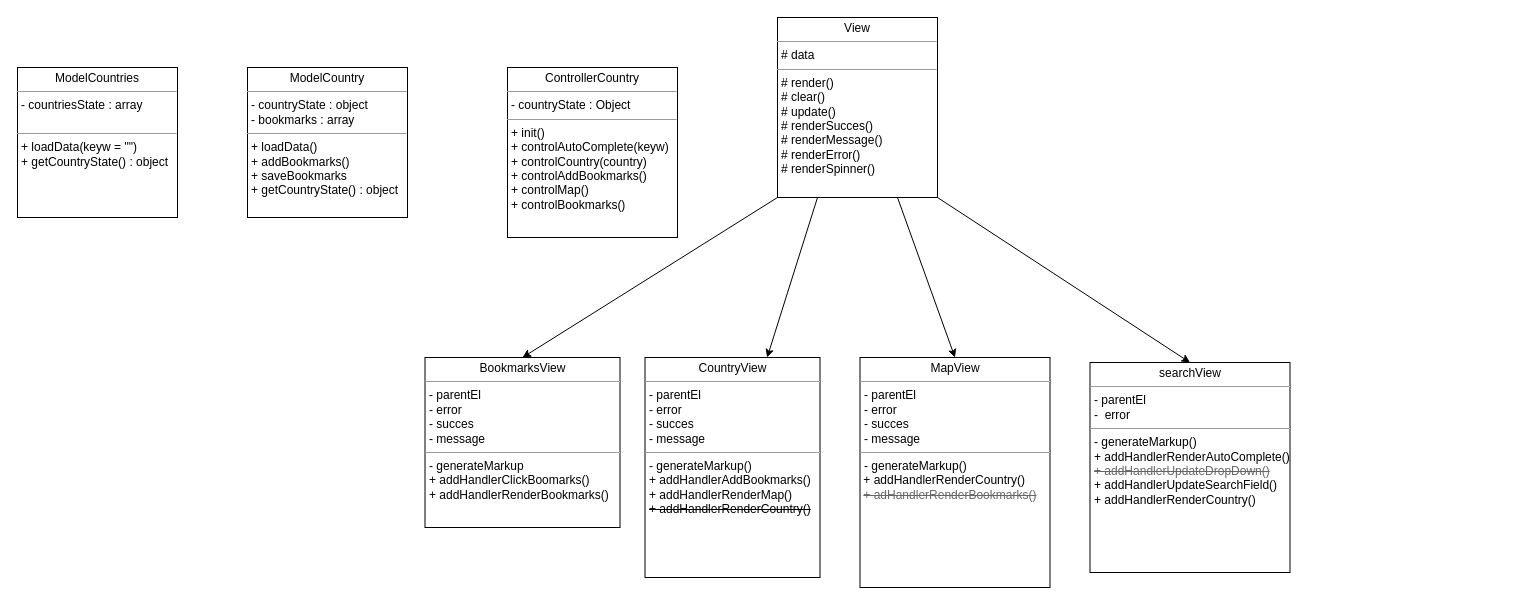
RumasorengFadil/country-dictionary keeps this draw.io diagram as page "Class Diagram v.1.2" (7 of 7) of design/Diagram/Diagram.drawio. Above is the earlier version. Source tidied: cells renumbered, new cells numbered last; positions are measured from the earlier drawing's top-left corner, leaving out a move shared by most shapes. Both pictures are drawn from the tidied source at 100%, with x=0, y=0 at pixel (17, 17).
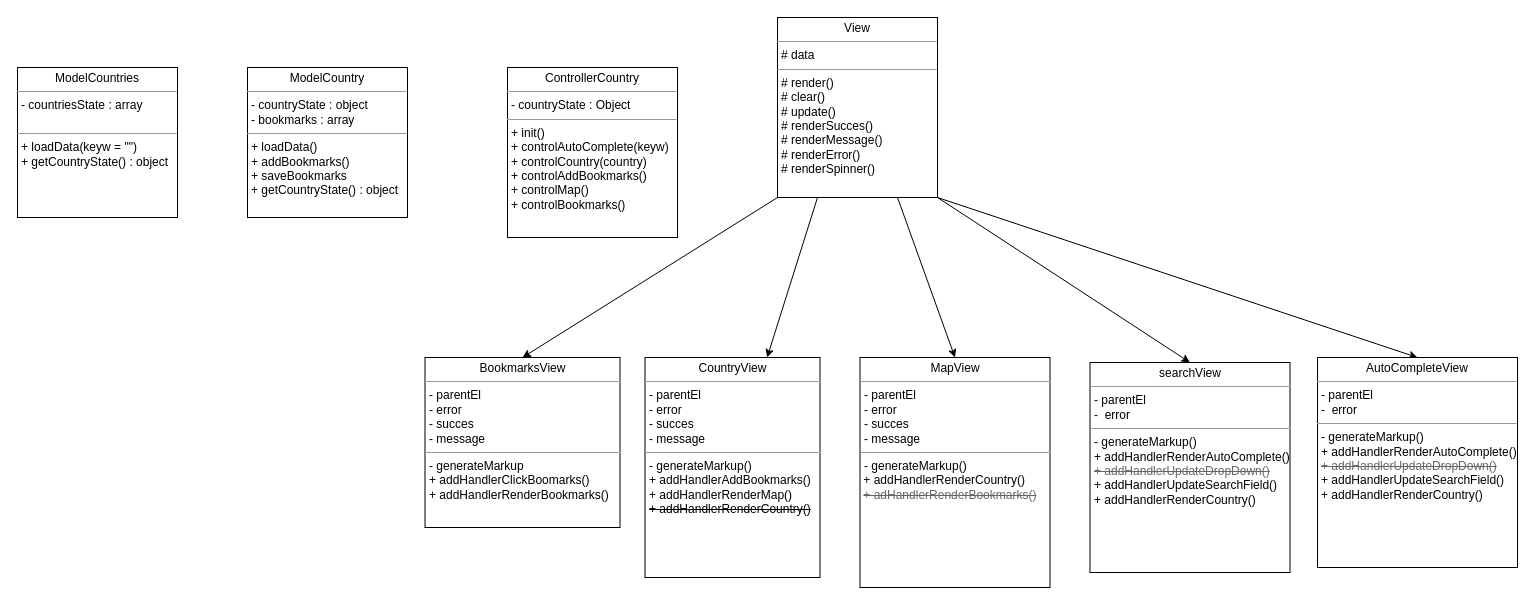
After the change.

What changed in the source:
```diff
@@
 <mxGraphModel>
   <root>
     <mxCell id="0" />
     <mxCell id="1" parent="0" />
     <mxCell id="2" style="rounded=0;jettySize=auto;html=1;exitX=0.75;exitY=1;exitDx=0;exitDy=0;entryX=0.5;entryY=0;entryDx=0;entryDy=0;" parent="1" edge="1" source="6" target="10">
       <mxGeometry relative="1" as="geometry" />
     </mxCell>
     <mxCell id="3" style="rounded=0;jettySize=auto;html=1;exitX=0.25;exitY=1;exitDx=0;exitDy=0;" parent="1" edge="1" source="6" target="7">
       <mxGeometry relative="1" as="geometry" />
     </mxCell>
     <mxCell id="4" style="edgeStyle=none;rounded=0;jettySize=auto;html=1;exitX=0;exitY=1;exitDx=0;exitDy=0;entryX=0.5;entryY=0;entryDx=0;entryDy=0;" parent="1" edge="1" source="6" target="8">
       <mxGeometry relative="1" as="geometry" />
     </mxCell>
     <mxCell id="5" style="edgeStyle=none;rounded=0;jettySize=auto;html=1;exitX=1;exitY=1;exitDx=0;exitDy=0;entryX=0.5;entryY=0;entryDx=0;entryDy=0;" parent="1" edge="1" source="6" target="13">
       <mxGeometry relative="1" as="geometry" />
     </mxCell>
+    <mxCell id="14" style="rounded=0;jettySize=auto;html=1;exitX=1;exitY=1;exitDx=0;exitDy=0;entryX=0.5;entryY=0;entryDx=0;entryDy=0;" parent="1" edge="1" source="6" target="15">
+      <mxGeometry relative="1" as="geometry" />
+    </mxCell>
     <mxCell id="6" value="&lt;p style=&quot;margin:0px;margin-top:4px;text-align:center;&quot;&gt;View&lt;br&gt;&lt;/p&gt;&lt;hr size=&quot;1&quot;&gt;&lt;p style=&quot;margin:0px;margin-left:4px;&quot;&gt;&lt;span style=&quot;background-color: initial;&quot;&gt;# data&lt;/span&gt;&lt;br&gt;&lt;/p&gt;&lt;hr size=&quot;1&quot;&gt;&lt;p style=&quot;margin:0px;margin-left:4px;&quot;&gt;# render()&lt;/p&gt;&lt;p style=&quot;margin:0px;margin-left:4px;&quot;&gt;# clear()&lt;/p&gt;&lt;p style=&quot;margin:0px;margin-left:4px;&quot;&gt;# update()&lt;/p&gt;&lt;p style=&quot;margin:0px;margin-left:4px;&quot;&gt;# renderSucces()&lt;/p&gt;&lt;p style=&quot;margin:0px;margin-left:4px;&quot;&gt;# renderMessage()&lt;/p&gt;&lt;p style=&quot;margin:0px;margin-left:4px;&quot;&gt;# renderError()&lt;/p&gt;&lt;p style=&quot;margin:0px;margin-left:4px;&quot;&gt;# renderSpinner()&lt;/p&gt;" style="verticalAlign=top;align=left;overflow=fill;fontSize=12;fontFamily=Helvetica;html=1;" parent="1" vertex="1">
       <mxGeometry x="760" width="160" height="180" as="geometry" />
     </mxCell>
     <mxCell id="7" value="&lt;p style=&quot;margin:0px;margin-top:4px;text-align:center;&quot;&gt;CountryView&lt;br&gt;&lt;/p&gt;&lt;hr size=&quot;1&quot;&gt;&lt;p style=&quot;border-color: var(--border-color); margin: 0px 0px 0px 4px;&quot;&gt;- parentEl&lt;/p&gt;&lt;p style=&quot;border-color: var(--border-color); margin: 0px 0px 0px 4px;&quot;&gt;- error&lt;/p&gt;&lt;p style=&quot;border-color: var(--border-color); margin: 0px 0px 0px 4px;&quot;&gt;- succes&lt;/p&gt;&lt;p style=&quot;border-color: var(--border-color); margin: 0px 0px 0px 4px;&quot;&gt;- message&lt;/p&gt;&lt;hr size=&quot;1&quot;&gt;&lt;p style=&quot;border-color: var(--border-color); margin: 0px 0px 0px 4px;&quot;&gt;- generateMarkup()&lt;/p&gt;&lt;p style=&quot;border-color: var(--border-color); margin: 0px 0px 0px 4px;&quot;&gt;+ addHandlerAddBookmarks()&lt;/p&gt;&lt;p style=&quot;border-color: var(--border-color); margin: 0px 0px 0px 4px;&quot;&gt;+ addHandlerRenderMap()&lt;/p&gt;&lt;p style=&quot;border-color: var(--border-color); margin: 0px 0px 0px 4px;&quot;&gt;&lt;strike&gt;+ addHandlerRenderCountry()&lt;/strike&gt;&lt;/p&gt;" style="verticalAlign=top;align=left;overflow=fill;fontSize=12;fontFamily=Helvetica;html=1;" parent="1" vertex="1">
       <mxGeometry x="627.5" y="340" width="175" height="220" as="geometry" />
     </mxCell>
     <mxCell id="8" value="&lt;p style=&quot;margin:0px;margin-top:4px;text-align:center;&quot;&gt;BookmarksView&lt;br&gt;&lt;/p&gt;&lt;hr size=&quot;1&quot;&gt;&lt;p style=&quot;margin:0px;margin-left:4px;&quot;&gt;- parentEl&lt;/p&gt;&lt;p style=&quot;margin:0px;margin-left:4px;&quot;&gt;- error&lt;/p&gt;&lt;p style=&quot;margin:0px;margin-left:4px;&quot;&gt;- succes&lt;/p&gt;&lt;p style=&quot;margin:0px;margin-left:4px;&quot;&gt;- message&lt;/p&gt;&lt;hr size=&quot;1&quot;&gt;&lt;p style=&quot;margin:0px;margin-left:4px;&quot;&gt;- generateMarkup&lt;/p&gt;&lt;p style=&quot;margin:0px;margin-left:4px;&quot;&gt;+ addHandlerClickBoomarks()&lt;/p&gt;&lt;p style=&quot;margin:0px;margin-left:4px;&quot;&gt;+ addHandlerRenderBookmarks()&lt;/p&gt;" style="verticalAlign=top;align=left;overflow=fill;fontSize=12;fontFamily=Helvetica;html=1;" parent="1" vertex="1">
       <mxGeometry x="407.5" y="340" width="195" height="170" as="geometry" />
     </mxCell>
     <mxCell id="9" value="&lt;p style=&quot;margin:0px;margin-top:4px;text-align:center;&quot;&gt;ControllerCountry&lt;br&gt;&lt;/p&gt;&lt;hr size=&quot;1&quot;&gt;&lt;p style=&quot;margin:0px;margin-left:4px;&quot;&gt;- countryState : Object&lt;/p&gt;&lt;hr size=&quot;1&quot;&gt;&lt;p style=&quot;margin:0px;margin-left:4px;&quot;&gt;+ init()&lt;/p&gt;&lt;p style=&quot;margin:0px;margin-left:4px;&quot;&gt;+ controlAutoComplete(keyw)&lt;/p&gt;&lt;p style=&quot;margin:0px;margin-left:4px;&quot;&gt;+ controlCountry(country)&lt;/p&gt;&lt;p style=&quot;margin:0px;margin-left:4px;&quot;&gt;+ controlAddBookmarks()&lt;/p&gt;&lt;p style=&quot;margin:0px;margin-left:4px;&quot;&gt;+ controlMap()&lt;/p&gt;&lt;p style=&quot;margin:0px;margin-left:4px;&quot;&gt;+ controlBookmarks()&lt;/p&gt;&lt;p style=&quot;margin:0px;margin-left:4px;&quot;&gt;&lt;br&gt;&lt;/p&gt;" style="verticalAlign=top;align=left;overflow=fill;fontSize=12;fontFamily=Helvetica;html=1;" parent="1" vertex="1">
       <mxGeometry x="490" y="50" width="170" height="170" as="geometry" />
     </mxCell>
     <mxCell id="10" value="&lt;p style=&quot;margin:0px;margin-top:4px;text-align:center;&quot;&gt;MapView&lt;br&gt;&lt;/p&gt;&lt;hr size=&quot;1&quot;&gt;&lt;p style=&quot;border-color: var(--border-color); margin: 0px 0px 0px 4px;&quot;&gt;- parentEl&lt;/p&gt;&lt;p style=&quot;border-color: var(--border-color); margin: 0px 0px 0px 4px;&quot;&gt;- error&lt;/p&gt;&lt;p style=&quot;border-color: var(--border-color); margin: 0px 0px 0px 4px;&quot;&gt;- succes&lt;/p&gt;&lt;p style=&quot;border-color: var(--border-color); margin: 0px 0px 0px 4px;&quot;&gt;- message&lt;/p&gt;&lt;hr size=&quot;1&quot;&gt;&lt;p style=&quot;margin:0px;margin-left:4px;&quot;&gt;- generateMarkup()&lt;/p&gt;&amp;nbsp;+ addHandlerRenderCountry()&lt;br&gt;&lt;font color=&quot;#666666&quot;&gt;&amp;nbsp;&lt;strike&gt;+ adHandlerRenderBookmarks()&lt;/strike&gt;&lt;/font&gt;" style="verticalAlign=top;align=left;overflow=fill;fontSize=12;fontFamily=Helvetica;html=1;" parent="1" vertex="1">
       <mxGeometry x="842.5" y="340" width="190" height="230" as="geometry" />
     </mxCell>
     <mxCell id="11" value="&lt;p style=&quot;margin:0px;margin-top:4px;text-align:center;&quot;&gt;ModelCountry&lt;br&gt;&lt;/p&gt;&lt;hr size=&quot;1&quot;&gt;&lt;p style=&quot;margin:0px;margin-left:4px;&quot;&gt;- countryState : object&lt;/p&gt;&lt;p style=&quot;margin:0px;margin-left:4px;&quot;&gt;- bookmarks : array&lt;/p&gt;&lt;hr size=&quot;1&quot;&gt;&lt;p style=&quot;margin:0px;margin-left:4px;&quot;&gt;+ loadData()&lt;/p&gt;&lt;p style=&quot;margin:0px;margin-left:4px;&quot;&gt;+ addBookmarks()&lt;/p&gt;&lt;p style=&quot;margin:0px;margin-left:4px;&quot;&gt;+ saveBookmarks&lt;/p&gt;&lt;p style=&quot;margin:0px;margin-left:4px;&quot;&gt;+ getCountryState() : object&lt;/p&gt;" style="verticalAlign=top;align=left;overflow=fill;fontSize=12;fontFamily=Helvetica;html=1;" parent="1" vertex="1">
       <mxGeometry x="230" y="50" width="160" height="150" as="geometry" />
     </mxCell>
     <mxCell id="12" value="&lt;p style=&quot;margin:0px;margin-top:4px;text-align:center;&quot;&gt;ModelCountries&lt;br&gt;&lt;/p&gt;&lt;hr size=&quot;1&quot;&gt;&lt;p style=&quot;margin:0px;margin-left:4px;&quot;&gt;- countriesState : array&lt;/p&gt;&lt;p style=&quot;margin:0px;margin-left:4px;&quot;&gt;&lt;br&gt;&lt;/p&gt;&lt;hr size=&quot;1&quot;&gt;&lt;p style=&quot;margin:0px;margin-left:4px;&quot;&gt;+ loadData(keyw = &quot;&quot;)&lt;/p&gt;&lt;p style=&quot;margin:0px;margin-left:4px;&quot;&gt;&lt;span style=&quot;background-color: initial;&quot;&gt;+ getCountryState() : object&lt;/span&gt;&lt;br&gt;&lt;/p&gt;" style="verticalAlign=top;align=left;overflow=fill;fontSize=12;fontFamily=Helvetica;html=1;" parent="1" vertex="1">
       <mxGeometry y="50" width="160" height="150" as="geometry" />
     </mxCell>
     <mxCell id="13" value="&lt;p style=&quot;margin:0px;margin-top:4px;text-align:center;&quot;&gt;searchView&lt;br&gt;&lt;/p&gt;&lt;hr size=&quot;1&quot;&gt;&lt;p style=&quot;margin:0px;margin-left:4px;&quot;&gt;- parentEl&lt;/p&gt;&lt;p style=&quot;margin:0px;margin-left:4px;&quot;&gt;-&amp;nbsp;&amp;nbsp;error&lt;/p&gt;&lt;hr size=&quot;1&quot;&gt;&lt;p style=&quot;margin:0px;margin-left:4px;&quot;&gt;- generateMarkup()&lt;/p&gt;&lt;p style=&quot;margin:0px;margin-left:4px;&quot;&gt;+ addHandlerRenderAutoComplete()&lt;/p&gt;&lt;p style=&quot;margin:0px;margin-left:4px;&quot;&gt;&lt;font color=&quot;#666666&quot;&gt;&lt;strike&gt;+ addHandlerUpdateDropDown()&lt;/strike&gt;&lt;/font&gt;&lt;/p&gt;&lt;p style=&quot;margin:0px;margin-left:4px;&quot;&gt;+ addHandlerUpdateSearchField()&lt;/p&gt;&lt;p style=&quot;margin:0px;margin-left:4px;&quot;&gt;+ addHandlerRenderCountry()&lt;/p&gt;" style="verticalAlign=top;align=left;overflow=fill;fontSize=12;fontFamily=Helvetica;html=1;" parent="1" vertex="1">
       <mxGeometry x="1072.5" y="345" width="200" height="210" as="geometry" />
     </mxCell>
+    <mxCell id="15" value="&lt;p style=&quot;margin:0px;margin-top:4px;text-align:center;&quot;&gt;AutoCompleteView&lt;/p&gt;&lt;hr size=&quot;1&quot;&gt;&lt;p style=&quot;margin:0px;margin-left:4px;&quot;&gt;- parentEl&lt;/p&gt;&lt;p style=&quot;margin:0px;margin-left:4px;&quot;&gt;-&amp;nbsp;&amp;nbsp;error&lt;/p&gt;&lt;hr size=&quot;1&quot;&gt;&lt;p style=&quot;margin:0px;margin-left:4px;&quot;&gt;- generateMarkup()&lt;/p&gt;&lt;p style=&quot;margin:0px;margin-left:4px;&quot;&gt;+ addHandlerRenderAutoComplete()&lt;/p&gt;&lt;p style=&quot;margin:0px;margin-left:4px;&quot;&gt;&lt;font color=&quot;#666666&quot;&gt;&lt;strike&gt;+ addHandlerUpdateDropDown()&lt;/strike&gt;&lt;/font&gt;&lt;/p&gt;&lt;p style=&quot;margin:0px;margin-left:4px;&quot;&gt;+ addHandlerUpdateSearchField()&lt;/p&gt;&lt;p style=&quot;margin:0px;margin-left:4px;&quot;&gt;+ addHandlerRenderCountry()&lt;/p&gt;" style="verticalAlign=top;align=left;overflow=fill;fontSize=12;fontFamily=Helvetica;html=1;" parent="1" vertex="1">
+      <mxGeometry x="1300" y="340" width="200" height="210" as="geometry" />
+    </mxCell>
   </root>
 </mxGraphModel>
```
